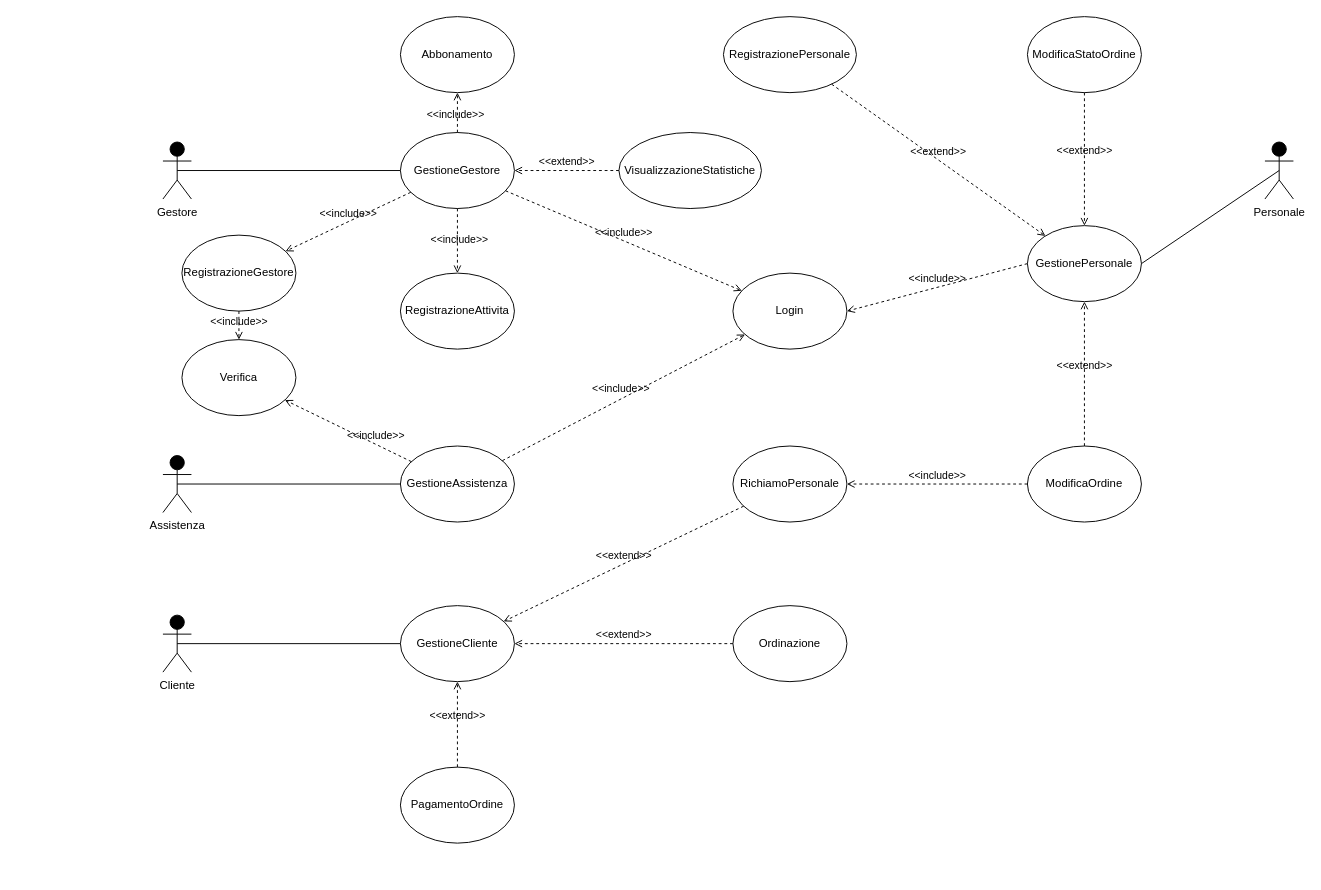
Earlier version of the draw.io diagram Casi d'uso.drawio (Marco-Burattoni/Progetto-ids). Source tidied: cells renumbered, new cells numbered last; positions are measured from the earlier drawing's top-left corner, leaving out a move shared by most shapes. Both pictures are drawn from the tidied source at 95%, with x=0, y=0 at pixel (162, 16).
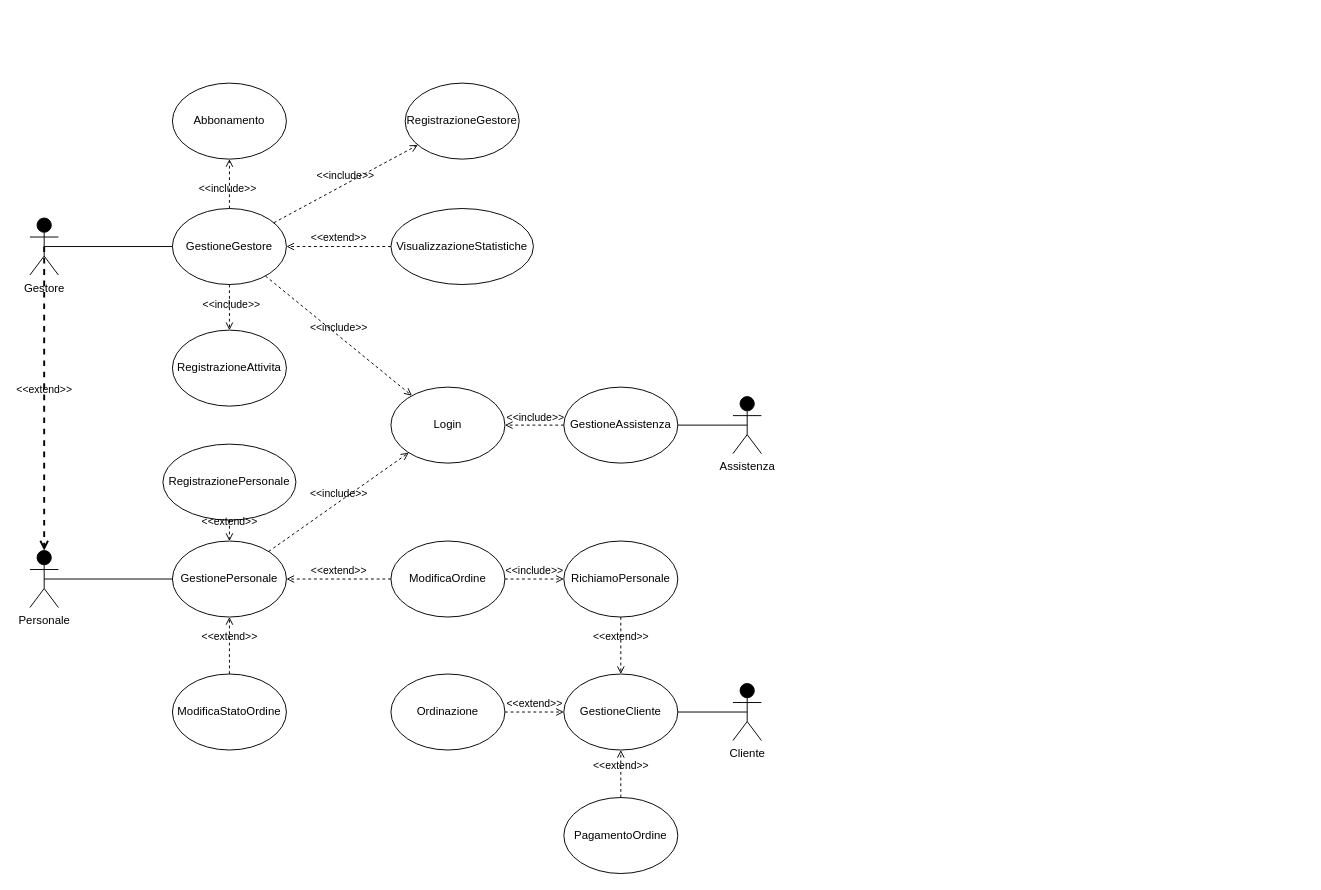
Above is the later version.

Commit message (it also covers changes not shown here):
diagramma definitivo

Change to the diagram source:
```diff
@@
     <mxCell id="2" value="Gestore" style="shape=umlActor;html=1;verticalLabelPosition=bottom;verticalAlign=top;align=center;fillColor=#000000;" parent="1" vertex="1">
-      <mxGeometry y="132" width="30" height="60" as="geometry" />
+      <mxGeometry x="-140" y="212" width="30" height="60" as="geometry" />
     </mxCell>
     <mxCell id="3" value="Cliente" style="shape=umlActor;html=1;verticalLabelPosition=bottom;verticalAlign=top;align=center;fillColor=#000000;" parent="1" vertex="1">
-      <mxGeometry y="630" width="30" height="60" as="geometry" />
+      <mxGeometry x="600" y="702" width="30" height="60" as="geometry" />
     </mxCell>
     <mxCell id="4" value="Personale" style="shape=umlActor;html=1;verticalLabelPosition=bottom;verticalAlign=top;align=center;fillColor=#000000;" parent="1" vertex="1">
-      <mxGeometry x="1160" y="132" width="30" height="60" as="geometry" />
+      <mxGeometry x="-140" y="562" width="30" height="60" as="geometry" />
     </mxCell>
     <mxCell id="5" value="Assistenza" style="shape=umlActor;verticalLabelPosition=bottom;verticalAlign=top;html=1;outlineConnect=0;fillColor=#000000;" parent="1" vertex="1">
-      <mxGeometry y="462" width="30" height="60" as="geometry" />
+      <mxGeometry x="600" y="400" width="30" height="60" as="geometry" />
     </mxCell>
     <mxCell id="6" value="GestioneGestore" style="ellipse;whiteSpace=wrap;html=1;fillColor=#FFFFFF;" parent="1" vertex="1">
-      <mxGeometry x="250" y="122" width="120" height="80" as="geometry" />
+      <mxGeometry x="10" y="202" width="120" height="80" as="geometry" />
     </mxCell>
     <mxCell id="7" value="Login" style="ellipse;whiteSpace=wrap;html=1;fillColor=#FFFFFF;" parent="1" vertex="1">
-      <mxGeometry x="600" y="270" width="120" height="80" as="geometry" />
+      <mxGeometry x="240" y="390" width="120" height="80" as="geometry" />
     </mxCell>
     <mxCell id="8" value="RegistrazioneGestore" style="ellipse;whiteSpace=wrap;html=1;fillColor=#FFFFFF;" parent="1" vertex="1">
-      <mxGeometry x="20" y="230" width="120" height="80" as="geometry" />
+      <mxGeometry x="255" y="70" width="120" height="80" as="geometry" />
     </mxCell>
     <mxCell id="9" value="GestionePersonale" style="ellipse;whiteSpace=wrap;html=1;fillColor=#FFFFFF;" parent="1" vertex="1">
-      <mxGeometry x="910" y="220" width="120" height="80" as="geometry" />
+      <mxGeometry x="10" y="552" width="120" height="80" as="geometry" />
     </mxCell>
-    <mxCell id="10" value="&amp;lt;&amp;lt;include&amp;gt;&amp;gt;" style="html=1;verticalAlign=bottom;labelBackgroundColor=none;endArrow=open;endFill=0;dashed=1;rounded=0;exitX=0;exitY=0.5;exitDx=0;exitDy=0;entryX=1;entryY=0.5;entryDx=0;entryDy=0;" parent="1" edge="1" source="9" target="7">
+    <mxCell id="10" value="&amp;lt;&amp;lt;include&amp;gt;&amp;gt;" style="html=1;verticalAlign=bottom;labelBackgroundColor=none;endArrow=open;endFill=0;dashed=1;rounded=0;" parent="1" edge="1" source="9" target="7">
       <mxGeometry relative="1" as="geometry" />
     </mxCell>
@@
-    <mxCell id="13" style="endArrow=none;html=1;rounded=0;entryX=0.5;entryY=0.5;entryDx=0;entryDy=0;entryPerimeter=0;exitX=0;exitY=0.5;exitDx=0;exitDy=0;" parent="1" edge="1" source="6" target="2">
+    <mxCell id="13" style="endArrow=none;html=1;rounded=0;entryX=0.5;entryY=0.5;entryDx=0;entryDy=0;entryPerimeter=0;" parent="1" edge="1" source="6" target="2">
       <mxGeometry relative="1" as="geometry" />
     </mxCell>
-    <mxCell id="14" style="endArrow=none;html=1;rounded=0;entryX=0.5;entryY=0.5;entryDx=0;entryDy=0;entryPerimeter=0;exitX=1;exitY=0.5;exitDx=0;exitDy=0;" parent="1" edge="1" source="9" target="4">
+    <mxCell id="14" style="endArrow=none;html=1;rounded=0;entryX=0.5;entryY=0.5;entryDx=0;entryDy=0;entryPerimeter=0;" parent="1" edge="1" source="9" target="4">
       <mxGeometry relative="1" as="geometry" />
     </mxCell>
     <mxCell id="15" value="GestioneCliente" style="ellipse;whiteSpace=wrap;html=1;fillColor=#FFFFFF;" parent="1" vertex="1">
-      <mxGeometry x="250" y="620" width="120" height="80" as="geometry" />
+      <mxGeometry x="422" y="692" width="120" height="80" as="geometry" />
     </mxCell>
-    <mxCell id="16" style="endArrow=none;html=1;rounded=0;exitX=0.5;exitY=0.5;exitDx=0;exitDy=0;exitPerimeter=0;entryX=0;entryY=0.5;entryDx=0;entryDy=0;" parent="1" edge="1" source="3" target="15">
+    <mxCell id="16" style="endArrow=none;html=1;rounded=0;exitX=0.5;exitY=0.5;exitDx=0;exitDy=0;exitPerimeter=0;" parent="1" edge="1" source="3" target="15">
       <mxGeometry relative="1" as="geometry" />
     </mxCell>
     <mxCell id="17" value="GestioneAssistenza" style="ellipse;whiteSpace=wrap;html=1;fillColor=#FFFFFF;" parent="1" vertex="1">
-      <mxGeometry x="250" y="452" width="120" height="80" as="geometry" />
+      <mxGeometry x="422" y="390" width="120" height="80" as="geometry" />
     </mxCell>
-    <mxCell id="18" style="endArrow=none;html=1;rounded=0;exitX=0.5;exitY=0.5;exitDx=0;exitDy=0;exitPerimeter=0;entryX=0;entryY=0.5;entryDx=0;entryDy=0;" parent="1" edge="1" source="5" target="17">
+    <mxCell id="18" style="endArrow=none;html=1;rounded=0;exitX=0.5;exitY=0.5;exitDx=0;exitDy=0;exitPerimeter=0;" parent="1" edge="1" source="5" target="17">
       <mxGeometry relative="1" as="geometry" />
     </mxCell>
-    <mxCell id="19" value="&amp;lt;&amp;lt;include&amp;gt;&amp;gt;" style="html=1;verticalAlign=bottom;labelBackgroundColor=none;endArrow=open;endFill=0;dashed=1;rounded=0;" parent="1" edge="1" source="17" target="20">
-      <mxGeometry x="-0.43" relative="1" as="geometry" />
-    </mxCell>
-    <mxCell id="20" value="Verifica" style="ellipse;whiteSpace=wrap;html=1;fillColor=#FFFFFF;" parent="1" vertex="1">
-      <mxGeometry x="20" y="340" width="120" height="80" as="geometry" />
-    </mxCell>
@@
     <mxCell id="22" value="Abbonamento" style="ellipse;whiteSpace=wrap;html=1;fillColor=#FFFFFF;" parent="1" vertex="1">
-      <mxGeometry x="250" width="120" height="80" as="geometry" />
+      <mxGeometry x="10" y="70" width="120" height="80" as="geometry" />
     </mxCell>
-    <mxCell id="23" value="&amp;lt;&amp;lt;include&amp;gt;&amp;gt;" style="html=1;verticalAlign=bottom;labelBackgroundColor=none;endArrow=open;endFill=0;dashed=1;rounded=0;exitX=0.5;exitY=0;exitDx=0;exitDy=0;entryX=0.5;entryY=1;entryDx=0;entryDy=0;" parent="1" edge="1" source="6" target="22">
+    <mxCell id="23" value="&amp;lt;&amp;lt;include&amp;gt;&amp;gt;" style="html=1;verticalAlign=bottom;labelBackgroundColor=none;endArrow=open;endFill=0;dashed=1;rounded=0;" parent="1" edge="1" source="6" target="22">
       <mxGeometry x="-0.53" y="2" relative="1" as="geometry" />
     </mxCell>
     <mxCell id="24" value="RegistrazioneAttivita" style="ellipse;whiteSpace=wrap;html=1;fillColor=#FFFFFF;" parent="1" vertex="1">
-      <mxGeometry x="250" y="270" width="120" height="80" as="geometry" />
+      <mxGeometry x="10" y="330" width="120" height="80" as="geometry" />
     </mxCell>
@@
     <mxCell id="26" value="RegistrazionePersonale" style="ellipse;whiteSpace=wrap;html=1;fillColor=#FFFFFF;" parent="1" vertex="1">
-      <mxGeometry x="590" width="140" height="80" as="geometry" />
+      <mxGeometry y="450" width="140" height="80" as="geometry" />
     </mxCell>
     <mxCell id="27" value="VisualizzazioneStatistiche" style="ellipse;whiteSpace=wrap;html=1;fillColor=#FFFFFF;" parent="1" vertex="1">
-      <mxGeometry x="480" y="122" width="150" height="80" as="geometry" />
+      <mxGeometry x="240" y="202" width="150" height="80" as="geometry" />
     </mxCell>
     <mxCell id="28" value="Ordinazione" style="ellipse;whiteSpace=wrap;html=1;fillColor=#FFFFFF;" parent="1" vertex="1">
-      <mxGeometry x="600" y="620" width="120" height="80" as="geometry" />
+      <mxGeometry x="240" y="692" width="120" height="80" as="geometry" />
     </mxCell>
     <mxCell id="29" value="PagamentoOrdine" style="ellipse;whiteSpace=wrap;html=1;fillColor=#FFFFFF;" parent="1" vertex="1">
-      <mxGeometry x="250" y="790" width="120" height="80" as="geometry" />
+      <mxGeometry x="422" y="822" width="120" height="80" as="geometry" />
     </mxCell>
@@
-    <mxCell id="32" value="&amp;lt;&amp;lt;include&amp;gt;&amp;gt;" style="html=1;verticalAlign=bottom;labelBackgroundColor=none;endArrow=open;endFill=0;dashed=1;rounded=0;exitX=0.5;exitY=1;exitDx=0;exitDy=0;entryX=0.5;entryY=0;entryDx=0;entryDy=0;" parent="1" edge="1" source="8" target="20">
-      <mxGeometry x="0.33" relative="1" as="geometry" />
-    </mxCell>
     <mxCell id="33" value="RichiamoPersonale" style="ellipse;whiteSpace=wrap;html=1;fillColor=#FFFFFF;" parent="1" vertex="1">
-      <mxGeometry x="600" y="452" width="120" height="80" as="geometry" />
+      <mxGeometry x="422" y="552" width="120" height="80" as="geometry" />
     </mxCell>
@@
     <mxCell id="35" value="ModificaOrdine" style="ellipse;whiteSpace=wrap;html=1;fillColor=#FFFFFF;" parent="1" vertex="1">
-      <mxGeometry x="910" y="452" width="120" height="80" as="geometry" />
+      <mxGeometry x="240" y="552" width="120" height="80" as="geometry" />
     </mxCell>
@@
-    <mxCell id="37" value="&amp;lt;&amp;lt;include&amp;gt;&amp;gt;" style="html=1;verticalAlign=bottom;labelBackgroundColor=none;endArrow=open;endFill=0;dashed=1;rounded=0;exitX=0;exitY=0.5;exitDx=0;exitDy=0;entryX=1;entryY=0.5;entryDx=0;entryDy=0;" parent="1" edge="1" source="35" target="33">
+    <mxCell id="37" value="&amp;lt;&amp;lt;include&amp;gt;&amp;gt;" style="html=1;verticalAlign=bottom;labelBackgroundColor=none;endArrow=open;endFill=0;dashed=1;rounded=0;" parent="1" edge="1" source="35" target="33">
       <mxGeometry relative="1" as="geometry" />
     </mxCell>
     <mxCell id="38" value="ModificaStatoOrdine" style="ellipse;whiteSpace=wrap;html=1;fillColor=#FFFFFF;" parent="1" vertex="1">
-      <mxGeometry x="910" width="120" height="80" as="geometry" />
+      <mxGeometry x="10" y="692" width="120" height="80" as="geometry" />
     </mxCell>
@@
+    <mxCell id="42" value="&amp;lt;&amp;lt;extend&amp;gt;&amp;gt;" style="html=1;verticalAlign=bottom;labelBackgroundColor=none;endArrow=open;endFill=0;dashed=1;strokeWidth=2;curved=1;exitX=0.5;exitY=0.5;exitDx=0;exitDy=0;exitPerimeter=0;entryX=0.5;entryY=0;entryDx=0;entryDy=0;entryPerimeter=0;" parent="1" edge="1" source="2" target="4">
+      <mxGeometry relative="1" as="geometry" />
+    </mxCell>
```
